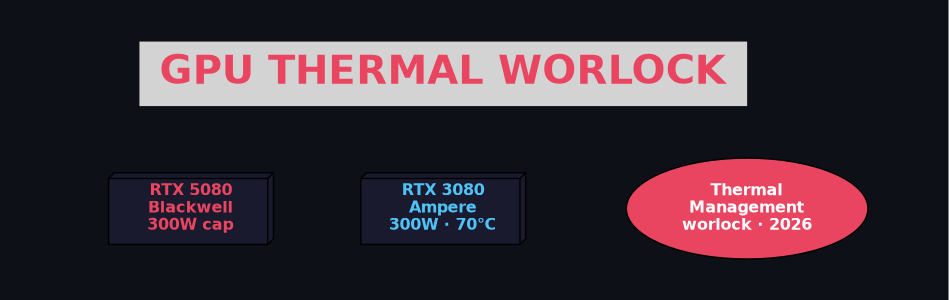
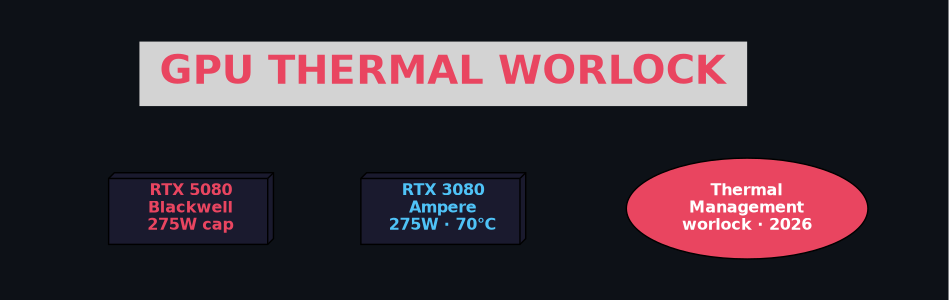
digraph Logo {
    graph [bgcolor="#0d1117", pad=0.4, size="8,2", ratio=fill];
    node  [fontname="Helvetica-Bold", style=filled, margin="0.2,0.1"];
    edge  [style=invis];

    TITLE [label="GPU THERMAL WORLOCK", shape=none, fontsize=28, fontcolor="#e94560", fontname="Helvetica-Bold"];

-     GPU0 [label="RTX 5080\nBlackwell\n300W cap", shape=box3d, fillcolor="#1a1a2e", fontcolor="#e94560", fontsize=11, width=1.6];
-     GPU1 [label="RTX 3080\nAmpere\n300W · 70°C", shape=box3d, fillcolor="#1a1a2e", fontcolor="#4fc3f7", fontsize=11, width=1.6];
+     GPU0 [label="RTX 5080\nBlackwell\n275W cap", shape=box3d, fillcolor="#1a1a2e", fontcolor="#e94560", fontsize=11, width=1.6];
+     GPU1 [label="RTX 3080\nAmpere\n275W · 70°C", shape=box3d, fillcolor="#1a1a2e", fontcolor="#4fc3f7", fontsize=11, width=1.6];

    TEMP [label="Thermal\nManagement\nworlock · 2026", shape=oval, fillcolor="#e94560", fontcolor=white, fontsize=11, width=1.6];

    TITLE -> GPU0;
    TITLE -> TEMP;
    TITLE -> GPU1;
}
